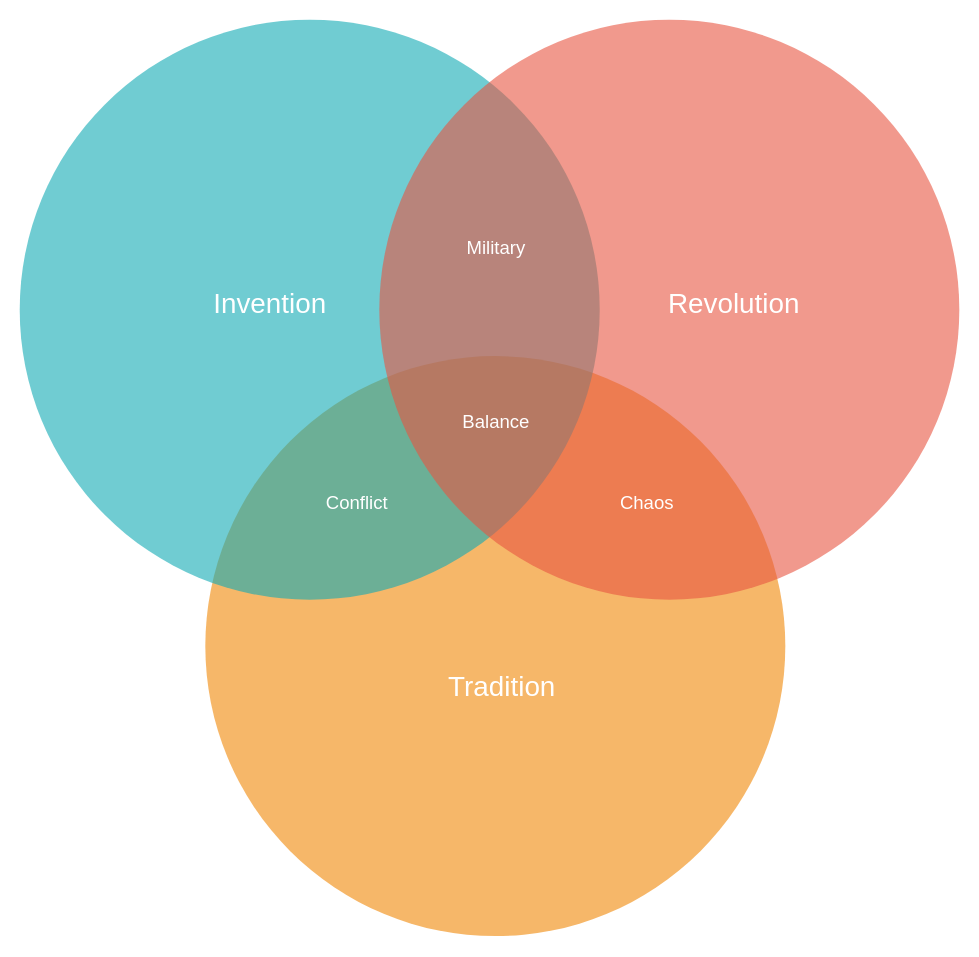
Earlier version of the draw.io diagram test.drawio (LingrenKong/Draw.io-my-document). Source tidied: cells renumbered, new cells numbered last; positions are measured from the earlier drawing's top-left corner, leaving out a move shared by most shapes. Both pictures are drawn from the tidied source at 116%, with x=0, y=0 at pixel (20, 19).
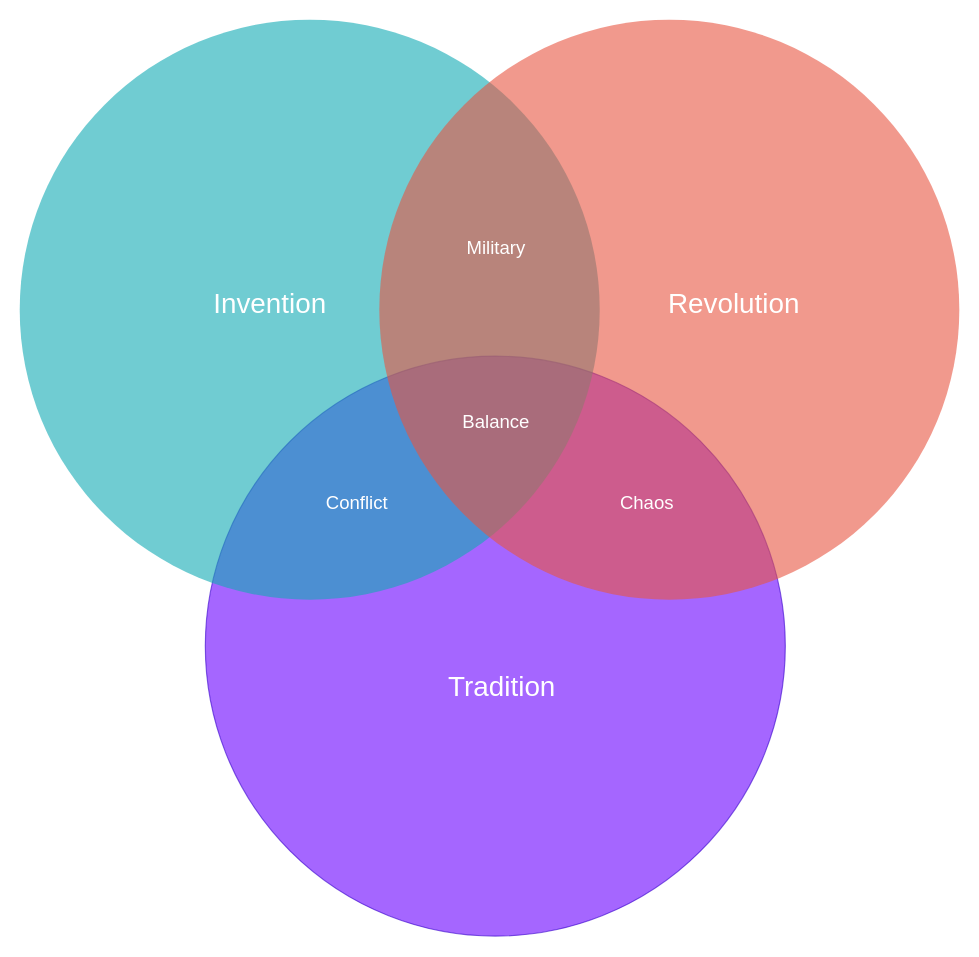
The same diagram, later.

Change to the diagram source:
```diff
@@
 <mxGraphModel>
   <root>
     <mxCell id="0" />
     <mxCell id="1" parent="0" />
-    <mxCell id="2" style="ellipse;fillColor=#F08705;opacity=60;strokeColor=none;html=1;fontColor=#FFFFFF;" parent="1" vertex="1">
+    <mxCell id="2" style="ellipse;fillColor=#6a00ff;opacity=60;strokeColor=#3700CC;html=1;fontColor=#ffffff;" parent="1" vertex="1">
       <mxGeometry x="159.5" y="290.5" width="500" height="500" as="geometry" />
     </mxCell>
     <mxCell id="3" style="ellipse;fillColor=#12AAB5;opacity=60;strokeColor=none;html=1;fontColor=#FFFFFF;" parent="1" vertex="1">
       <mxGeometry x="-0.5" y="0.5" width="500" height="500" as="geometry" />
     </mxCell>
     <mxCell id="4" style="ellipse;fillColor=#e85642;opacity=60;strokeColor=none;html=1;fontColor=#FFFFFF;" parent="1" vertex="1">
       <mxGeometry x="309.5" y="0.5" width="500" height="500" as="geometry" />
     </mxCell>
     <mxCell id="5" value="Invention" style="text;fontSize=24;align=center;verticalAlign=middle;html=1;fontColor=#FFFFFF;" parent="1" vertex="1">
       <mxGeometry x="119.5" y="210.5" width="190" height="70" as="geometry" />
     </mxCell>
     <mxCell id="6" value="Revolution" style="text;fontSize=24;align=center;verticalAlign=middle;html=1;fontColor=#FFFFFF;" parent="1" vertex="1">
       <mxGeometry x="519.5" y="210.5" width="190" height="70" as="geometry" />
     </mxCell>
     <mxCell id="7" value="Tradition" style="text;fontSize=24;align=center;verticalAlign=middle;html=1;fontColor=#FFFFFF;" parent="1" vertex="1">
       <mxGeometry x="319.5" y="540.5" width="190" height="70" as="geometry" />
     </mxCell>
     <mxCell id="8" value="Military" style="text;align=center;html=1;fontColor=#FFFFFF;fontSize=16;" parent="1" vertex="1">
       <mxGeometry x="389.5" y="180.5" width="40" height="40" as="geometry" />
     </mxCell>
     <mxCell id="9" value="Conflict" style="text;align=center;html=1;fontColor=#FFFFFF;fontSize=16;" parent="1" vertex="1">
       <mxGeometry x="269.5" y="400.5" width="40" height="40" as="geometry" />
     </mxCell>
     <mxCell id="10" value="Chaos" style="text;align=center;html=1;fontColor=#FFFFFF;fontSize=16;" parent="1" vertex="1">
       <mxGeometry x="519.5" y="400.5" width="40" height="40" as="geometry" />
     </mxCell>
     <mxCell id="11" value="Balance" style="text;align=center;html=1;fontColor=#FFFFFF;fontSize=16;" parent="1" vertex="1">
       <mxGeometry x="389.5" y="330.5" width="40" height="40" as="geometry" />
     </mxCell>
   </root>
 </mxGraphModel>
```
